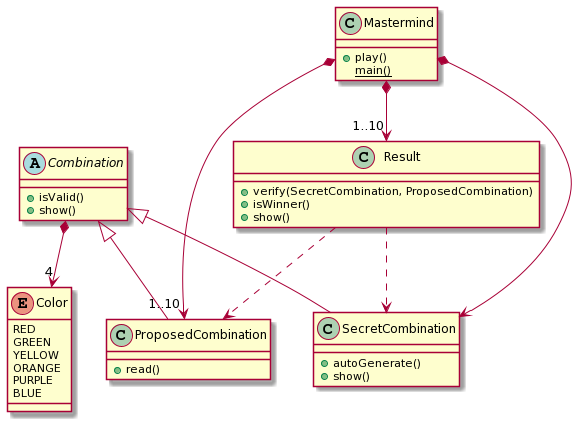
This is Mastermind.png from Master-Desarrollo-20-21/ejercicio-1-relaciones-entre-clases-ajsinoga, a PlantUML export, as it was before one commit.
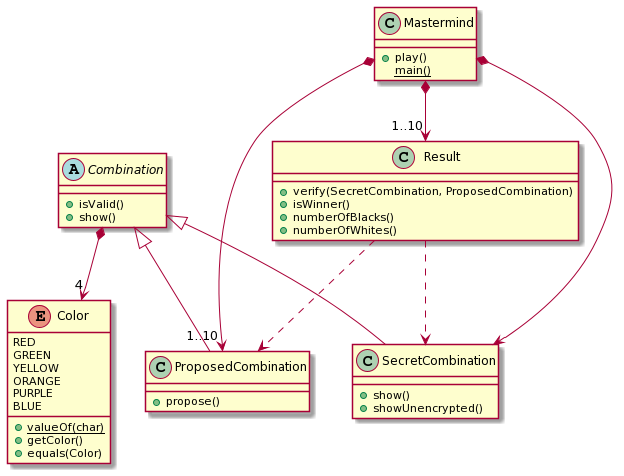
The same file after the commit.

Commit message:
Modificaciones para mejorar cohesión

What changed in the source:
```diff
@@ -9,14 +9,14 @@
 Mastermind *-down-> SecretCombination
 class SecretCombination
 {
-+autoGenerate()
 +show()
++showUnencrypted()
 }
 
 Mastermind *-down-> "1..10" ProposedCombination
 class ProposedCombination
 {
-+read()
++propose()
 }
 
 abstract class Combination
@@ -34,7 +34,8 @@
 {
 +verify(SecretCombination, ProposedCombination)
 +isWinner()
-+show()
++numberOfBlacks()
++numberOfWhites()
 }
 
 Result ..> SecretCombination
@@ -49,5 +50,8 @@
   ORANGE
   PURPLE
   BLUE
++{static}valueOf(char)
++getColor()
++equals(Color)
 }
 @enduml
```
